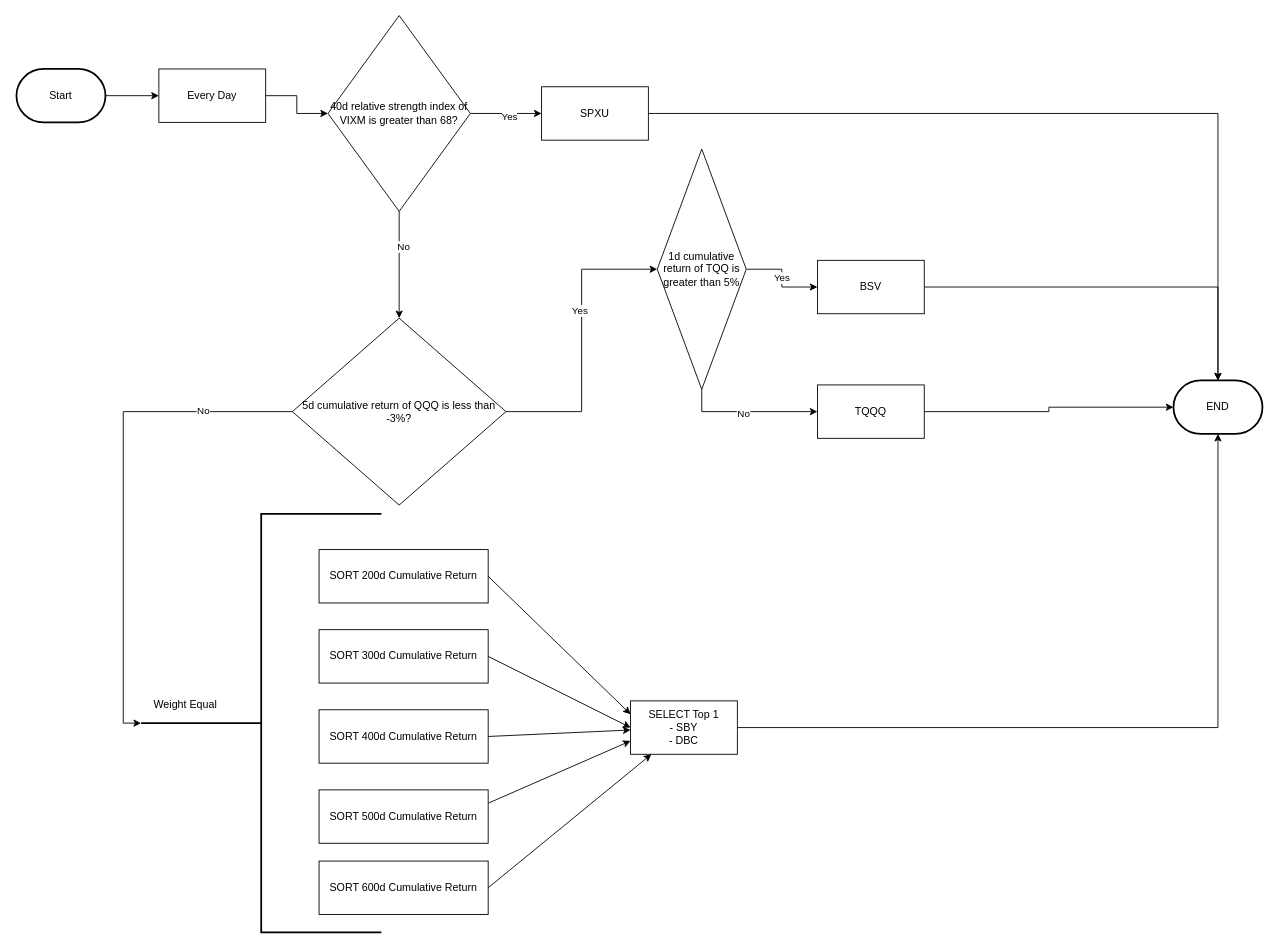
zbolin/drawio keeps this draw.io diagram as investment_strat1.drawio. Above is the earlier version. Source tidied: cells renumbered, new cells numbered last; positions are measured from the earlier drawing's top-left corner, leaving out a move shared by most shapes. Both pictures are drawn from the tidied source at 89%, with x=0, y=0 at pixel (16, 15).
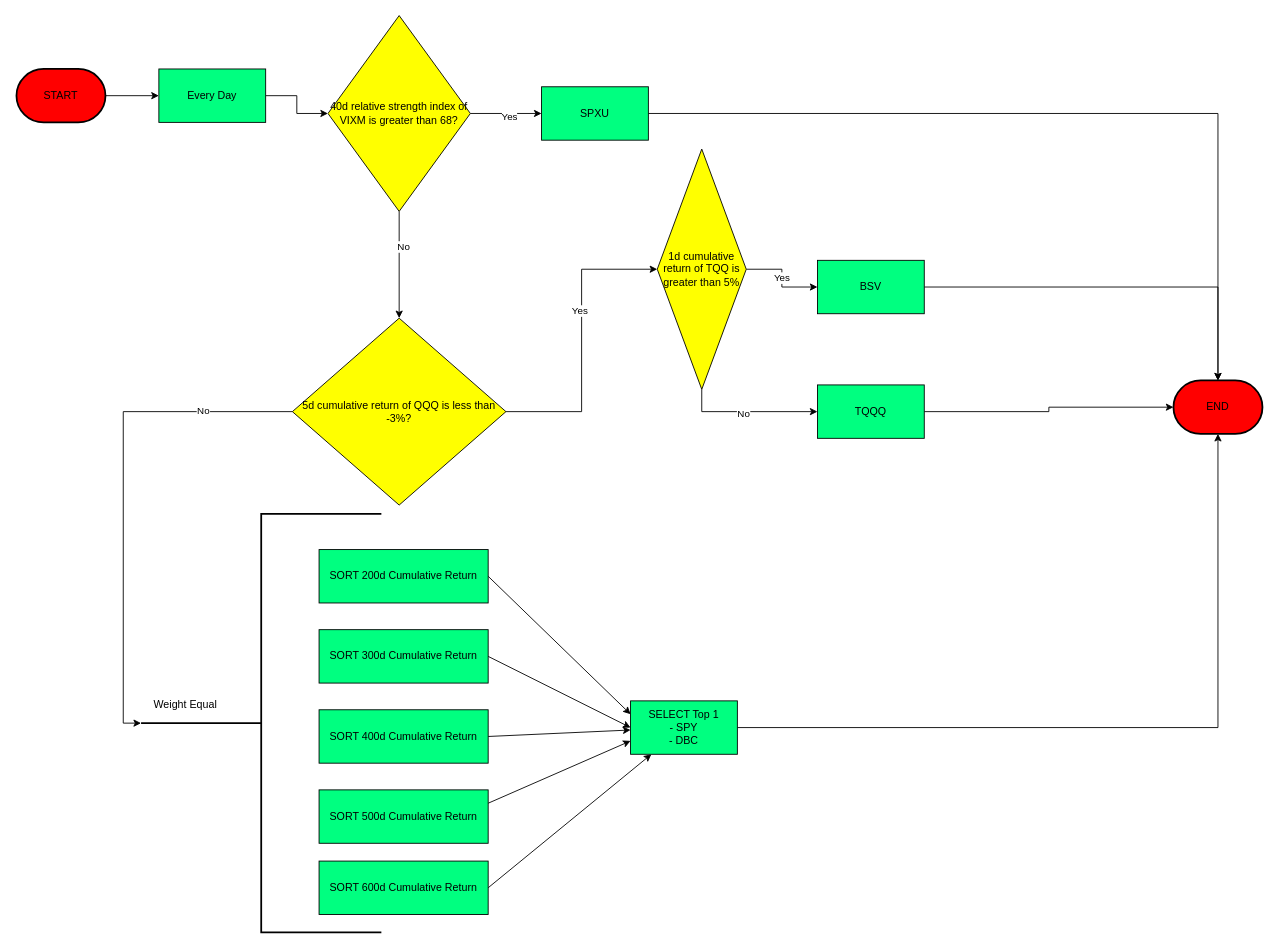
The same diagram, later.

Diff of the diagram source:
```diff
@@
-    <mxCell id="6" value="40d relative strength index of VIXM is greater than 68?" style="rhombus;whiteSpace=wrap;html=1;" parent="1" vertex="1">
+    <mxCell id="6" value="40d relative strength index of VIXM is greater than 68?" style="rhombus;whiteSpace=wrap;html=1;fillColor=#FFFF00;" parent="1" vertex="1">
       <mxGeometry x="350" width="160" height="220" as="geometry" />
     </mxCell>
@@
-    <mxCell id="8" value="SPXU" style="rounded=0;whiteSpace=wrap;html=1;" parent="1" vertex="1">
+    <mxCell id="8" value="SPXU" style="rounded=0;whiteSpace=wrap;html=1;fillColor=#00FF80;" parent="1" vertex="1">
       <mxGeometry x="590" y="80" width="120" height="60" as="geometry" />
     </mxCell>
@@
-    <mxCell id="13" value="5d cumulative return of QQQ is less than -3%?" style="rhombus;whiteSpace=wrap;html=1;" parent="1" vertex="1">
+    <mxCell id="13" value="5d cumulative return of QQQ is less than -3%?" style="rhombus;whiteSpace=wrap;html=1;fillColor=#FFFF00;" parent="1" vertex="1">
       <mxGeometry x="310" y="340" width="240" height="210" as="geometry" />
     </mxCell>
@@
-    <mxCell id="17" value="1d cumulative return of TQQ is greater than 5%" style="rhombus;whiteSpace=wrap;html=1;" parent="1" vertex="1">
+    <mxCell id="17" value="1d cumulative return of TQQ is greater than 5%" style="rhombus;whiteSpace=wrap;html=1;fillColor=#FFFF00;" parent="1" vertex="1">
       <mxGeometry x="720" y="150" width="100" height="270" as="geometry" />
     </mxCell>
@@
-    <mxCell id="19" value="BSV" style="rounded=0;whiteSpace=wrap;html=1;" parent="1" vertex="1">
+    <mxCell id="19" value="BSV" style="rounded=0;whiteSpace=wrap;html=1;fillColor=#00FF80;" parent="1" vertex="1">
       <mxGeometry x="900" y="275" width="120" height="60" as="geometry" />
     </mxCell>
@@
-    <mxCell id="21" value="TQQQ" style="rounded=0;whiteSpace=wrap;html=1;" parent="1" vertex="1">
+    <mxCell id="21" value="TQQQ" style="rounded=0;whiteSpace=wrap;html=1;fillColor=#00FF80;" parent="1" vertex="1">
       <mxGeometry x="900" y="415" width="120" height="60" as="geometry" />
     </mxCell>
@@
-    <mxCell id="23" value="SORT 200d Cumulative Return" style="rounded=0;whiteSpace=wrap;html=1;" parent="1" vertex="1">
+    <mxCell id="23" value="SORT 200d Cumulative Return" style="rounded=0;whiteSpace=wrap;html=1;fillColor=#00FF80;" parent="1" vertex="1">
       <mxGeometry x="340" y="600" width="190" height="60" as="geometry" />
     </mxCell>
@@
-    <mxCell id="25" value="SORT 300d Cumulative Return" style="rounded=0;whiteSpace=wrap;html=1;" parent="1" vertex="1">
+    <mxCell id="25" value="SORT 300d Cumulative Return" style="rounded=0;whiteSpace=wrap;html=1;fillColor=#00FF80;" parent="1" vertex="1">
       <mxGeometry x="340" y="690" width="190" height="60" as="geometry" />
     </mxCell>
@@
-    <mxCell id="27" value="SORT 400d Cumulative Return" style="rounded=0;whiteSpace=wrap;html=1;" parent="1" vertex="1">
+    <mxCell id="27" value="SORT 400d Cumulative Return" style="rounded=0;whiteSpace=wrap;html=1;fillColor=#00FF80;" parent="1" vertex="1">
       <mxGeometry x="340" y="780" width="190" height="60" as="geometry" />
     </mxCell>
@@
-    <mxCell id="29" value="SORT 500d Cumulative Return" style="rounded=0;whiteSpace=wrap;html=1;" parent="1" vertex="1">
+    <mxCell id="29" value="SORT 500d Cumulative Return" style="rounded=0;whiteSpace=wrap;html=1;fillColor=#00FF80;" parent="1" vertex="1">
       <mxGeometry x="340" y="870" width="190" height="60" as="geometry" />
     </mxCell>
@@
-    <mxCell id="31" value="SORT 600d Cumulative Return" style="rounded=0;whiteSpace=wrap;html=1;" parent="1" vertex="1">
+    <mxCell id="31" value="SORT 600d Cumulative Return" style="rounded=0;whiteSpace=wrap;html=1;fillColor=#00FF80;" parent="1" vertex="1">
       <mxGeometry x="340" y="950" width="190" height="60" as="geometry" />
     </mxCell>
@@
-    <mxCell id="34" value="SELECT Top 1&lt;br&gt;- SBY&lt;br&gt;- DBC&lt;br&gt;" style="rounded=0;whiteSpace=wrap;html=1;" parent="1" vertex="1">
+    <mxCell id="34" value="SELECT Top 1&lt;br&gt;- SPY&lt;br&gt;- DBC" style="rounded=0;whiteSpace=wrap;html=1;fillColor=#00FF80;" parent="1" vertex="1">
       <mxGeometry x="690" y="770" width="120" height="60" as="geometry" />
     </mxCell>
@@
-    <mxCell id="38" value="Start" style="strokeWidth=2;html=1;shape=mxgraph.flowchart.terminator;whiteSpace=wrap;" parent="1" vertex="1">
+    <mxCell id="38" value="START" style="strokeWidth=2;html=1;shape=mxgraph.flowchart.terminator;whiteSpace=wrap;fillColor=#FF0000;" parent="1" vertex="1">
       <mxGeometry y="60" width="100" height="60" as="geometry" />
     </mxCell>
@@
-    <mxCell id="40" value="Every Day" style="rounded=0;whiteSpace=wrap;html=1;" parent="1" vertex="1">
+    <mxCell id="40" value="Every Day" style="rounded=0;whiteSpace=wrap;html=1;fillColor=#00FF80;" parent="1" vertex="1">
       <mxGeometry x="160" y="60" width="120" height="60" as="geometry" />
     </mxCell>
-    <mxCell id="41" value="END" style="strokeWidth=2;html=1;shape=mxgraph.flowchart.terminator;whiteSpace=wrap;" parent="1" vertex="1">
+    <mxCell id="41" value="END" style="strokeWidth=2;html=1;shape=mxgraph.flowchart.terminator;whiteSpace=wrap;fillColor=#FF0000;" parent="1" vertex="1">
       <mxGeometry x="1300" y="410" width="100" height="60" as="geometry" />
     </mxCell>
```
